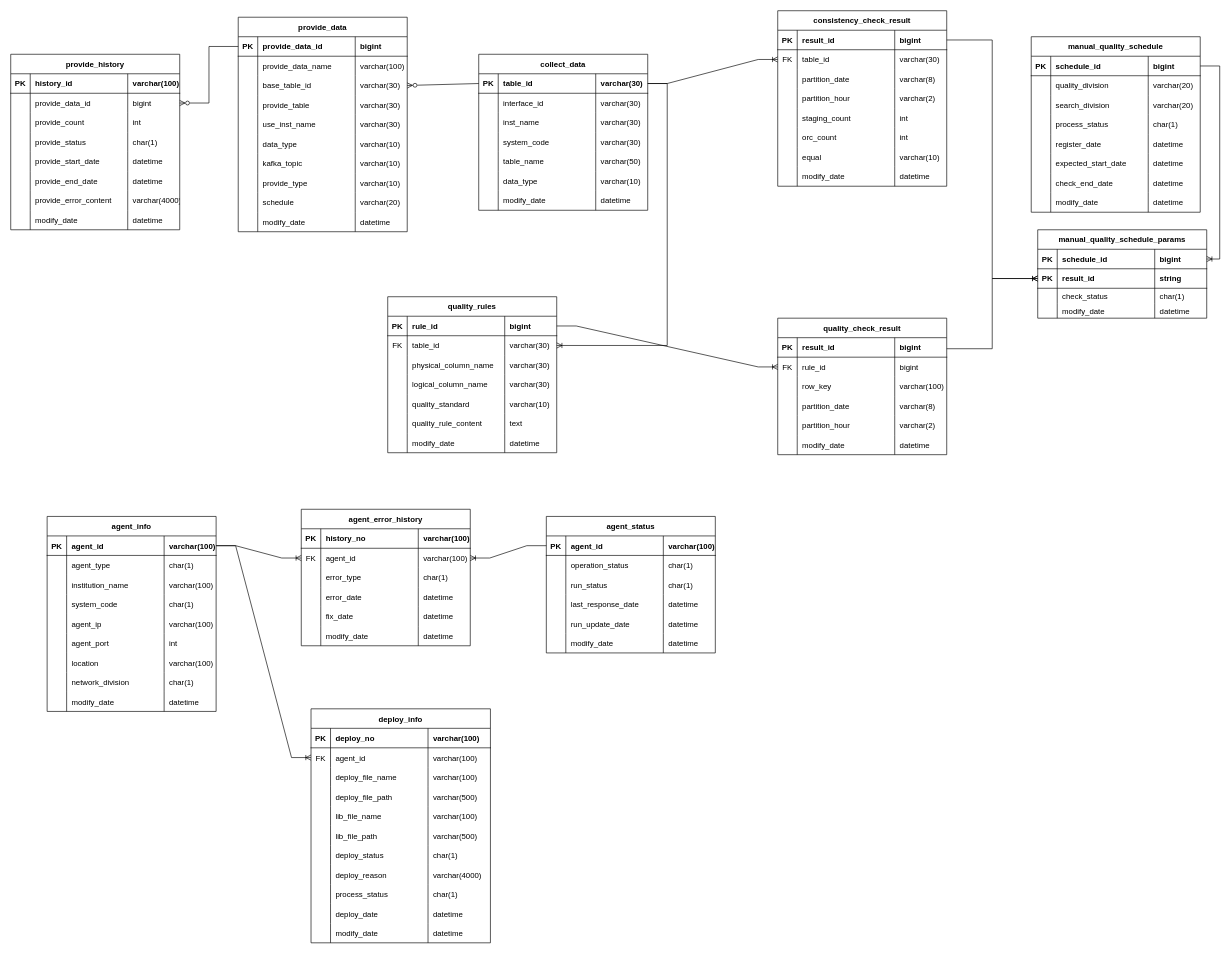
vtw-atm/bigdata-table-diagram keeps this draw.io diagram as 빅데이터 테이블 설계.drawio. Above is the earlier version. Source tidied: cells renumbered, new cells numbered last; positions are measured from the earlier drawing's top-left corner, leaving out a move shared by most shapes. Both pictures are drawn from the tidied source at 65%, with x=0, y=0 at pixel (10, 10).
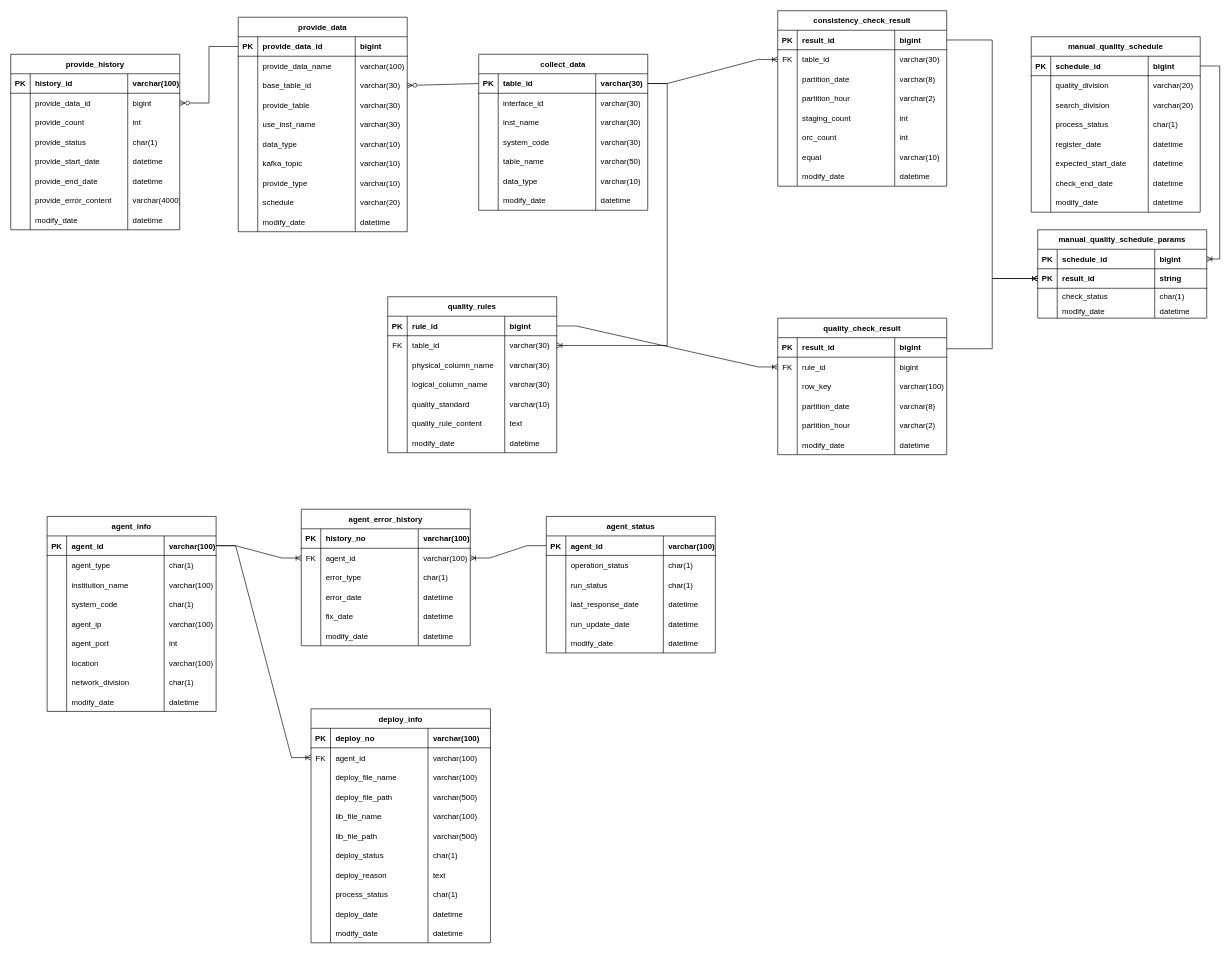
The same diagram, later.

Commit message:
deploy 테이블 컬럼 타입 수정

The change refers to these unchanged cells:
```xml
<mxCell id="366" style="shape=tableRow;horizontal=0;startSize=0;swimlaneHead=0;swimlaneBody=0;fillColor=none;top=0;left=0;right=0;bottom=0;rounded=0;" parent="337" vertex="1">
  <mxGeometry y="240" width="276" height="30" as="geometry" />
</mxCell>
```

Change to the diagram source:
```diff
@@
-    <mxCell id="369" value="varchar(4000)" style="shape=partialRectangle;fillColor=none;top=0;left=0;bottom=0;right=0;align=left;spacingLeft=6;overflow=hidden;rounded=0;" parent="366" vertex="1">
+    <mxCell id="369" value="text" style="shape=partialRectangle;fillColor=none;top=0;left=0;bottom=0;right=0;align=left;spacingLeft=6;overflow=hidden;rounded=0;" parent="366" vertex="1">
       <mxGeometry x="180" width="96" height="30" as="geometry" />
     </mxCell>
```
